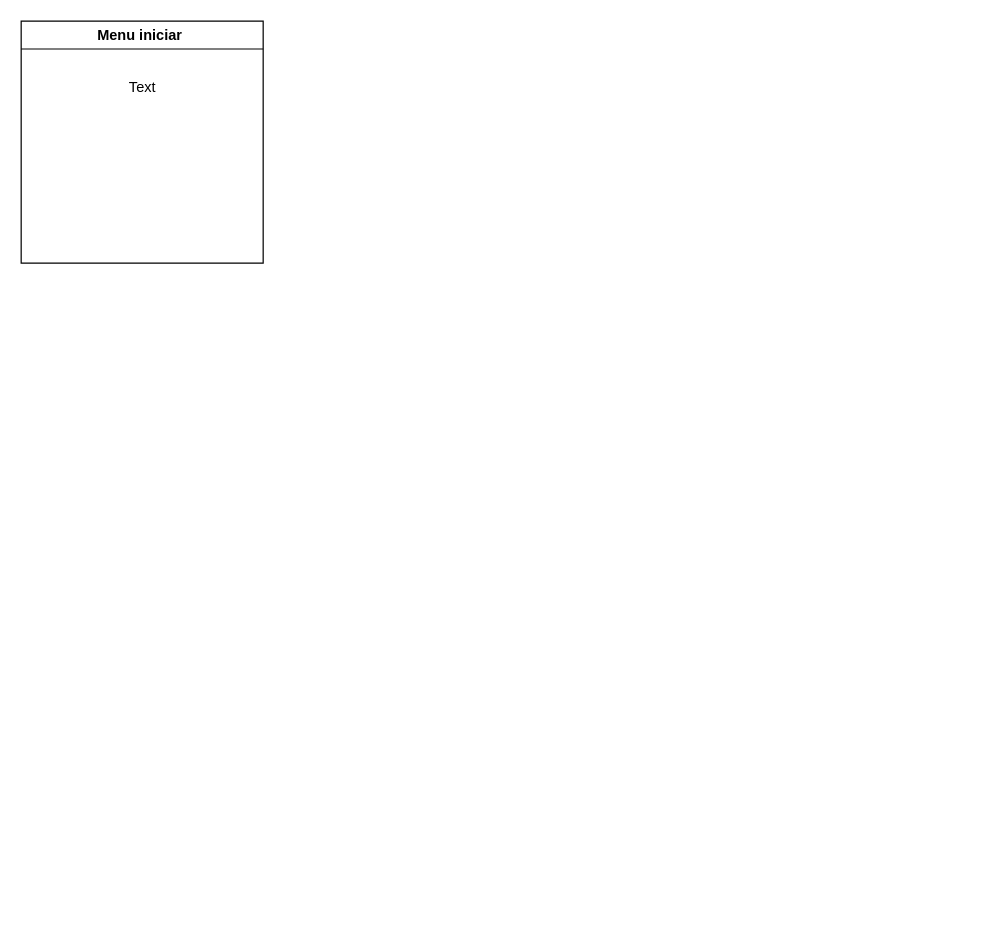
Before: Agenda com Janela.drawio in NikolasGabriel56/Agenda-com-interface, a draw.io diagram. Source tidied: cells renumbered, new cells numbered last; positions are measured from the earlier drawing's top-left corner, leaving out a move shared by most shapes. Both pictures are drawn from the tidied source at 121%, with x=0, y=0 at pixel (21, 21).
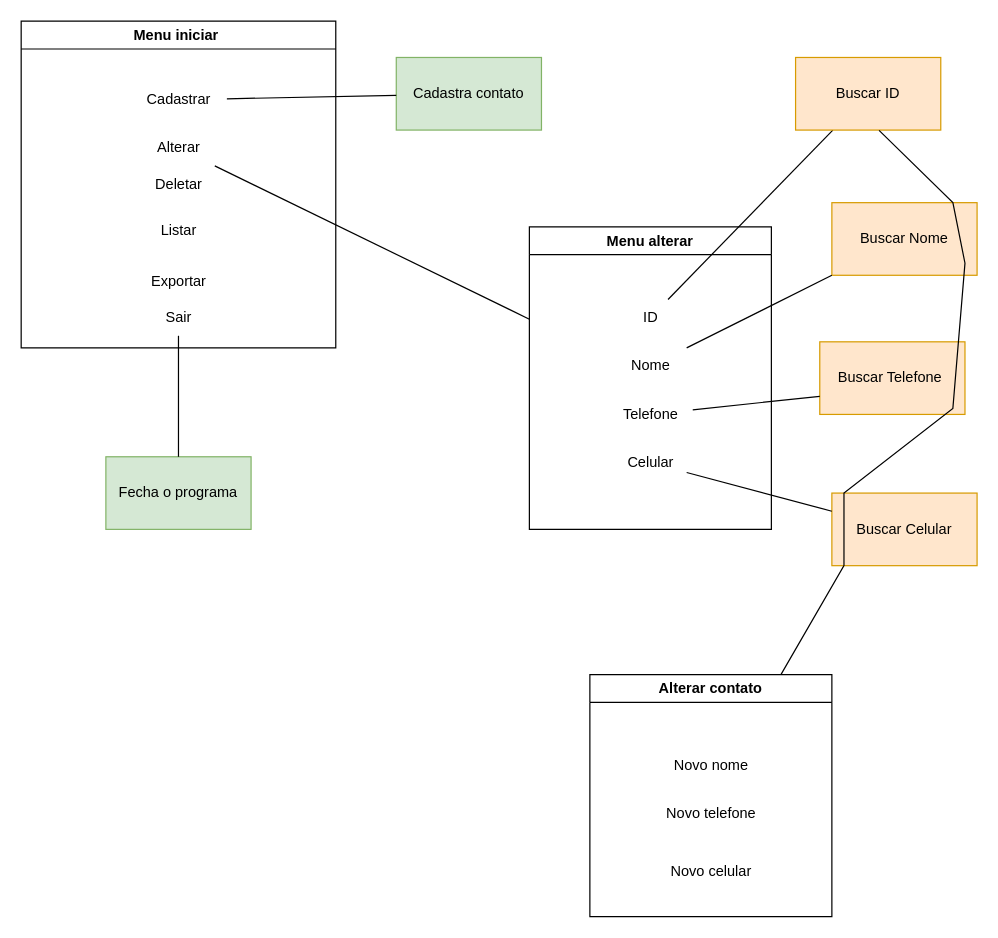
Above is the later version.

Diff of the diagram source:
```diff
@@
     <mxCell id="2" value="Menu iniciar&amp;nbsp;" style="swimlane;whiteSpace=wrap;html=1;" parent="1" vertex="1">
-      <mxGeometry width="200" height="200" as="geometry" />
+      <mxGeometry width="260" height="270" as="geometry" />
     </mxCell>
-    <mxCell id="3" value="Text" style="text;html=1;align=center;verticalAlign=middle;points=[];strokeColor=none;fillColor=none;" parent="2" vertex="1">
-      <mxGeometry x="75" y="40" width="50" height="30" as="geometry" />
+    <mxCell id="3" value="Cadastrar" style="text;html=1;align=center;verticalAlign=middle;points=[];strokeColor=none;fillColor=none;" parent="2" vertex="1">
+      <mxGeometry x="90" y="50" width="80" height="30" as="geometry" />
     </mxCell>
+    <mxCell id="4" value="Alterar" style="text;html=1;align=center;verticalAlign=middle;points=[];strokeColor=none;fillColor=none;" parent="2" vertex="1">
+      <mxGeometry x="100" y="90" width="60" height="30" as="geometry" />
+    </mxCell>
+    <mxCell id="5" value="Deletar" style="text;html=1;align=center;verticalAlign=middle;strokeColor=none;fillColor=none;" parent="2" vertex="1">
+      <mxGeometry x="100" y="120" width="60" height="30" as="geometry" />
+    </mxCell>
+    <mxCell id="6" value="Sair" style="text;html=1;align=center;verticalAlign=middle;points=[];strokeColor=none;fillColor=none;" parent="2" vertex="1">
+      <mxGeometry x="110" y="230" width="40" height="30" as="geometry" />
+    </mxCell>
+    <mxCell id="7" value="Exportar" style="text;html=1;align=center;verticalAlign=middle;strokeColor=none;fillColor=none;" parent="2" vertex="1">
+      <mxGeometry x="95" y="200" width="70" height="30" as="geometry" />
+    </mxCell>
+    <mxCell id="8" value="Listar" style="text;html=1;align=center;verticalAlign=middle;strokeColor=none;fillColor=none;" parent="2" vertex="1">
+      <mxGeometry x="105" y="158" width="50" height="30" as="geometry" />
+    </mxCell>
+    <mxCell id="9" value="Fecha o programa" style="rounded=0;whiteSpace=wrap;html=1;fillColor=#d5e8d4;strokeColor=#82b366;" parent="1" vertex="1">
+      <mxGeometry x="70" y="360" width="120" height="60" as="geometry" />
+    </mxCell>
+    <mxCell id="10" style="endArrow=none;html=1;rounded=0;exitX=0.5;exitY=0;exitDx=0;exitDy=0;" parent="1" edge="1" source="9" target="6">
+      <mxGeometry relative="1" as="geometry" />
+    </mxCell>
+    <mxCell id="11" value="Cadastra contato" style="rounded=0;whiteSpace=wrap;html=1;fillColor=#d5e8d4;strokeColor=#82b366;" parent="1" vertex="1">
+      <mxGeometry x="310" y="30" width="120" height="60" as="geometry" />
+    </mxCell>
+    <mxCell id="12" style="endArrow=none;html=1;rounded=0;" parent="1" edge="1" source="3" target="11">
+      <mxGeometry relative="1" as="geometry" />
+    </mxCell>
+    <mxCell id="13" value="Menu alterar" style="swimlane;whiteSpace=wrap;html=1;" parent="1" vertex="1">
+      <mxGeometry x="420" y="170" width="200" height="250" as="geometry" />
+    </mxCell>
+    <mxCell id="14" value="ID" style="text;html=1;align=center;verticalAlign=middle;points=[];strokeColor=none;fillColor=none;" parent="13" vertex="1">
+      <mxGeometry x="80" y="60" width="40" height="30" as="geometry" />
+    </mxCell>
+    <mxCell id="15" value="Nome" style="text;html=1;align=center;verticalAlign=middle;points=[];strokeColor=none;fillColor=none;" parent="13" vertex="1">
+      <mxGeometry x="70" y="100" width="60" height="30" as="geometry" />
+    </mxCell>
+    <mxCell id="16" value="Telefone" style="text;html=1;align=center;verticalAlign=middle;points=[];strokeColor=none;fillColor=none;" parent="13" vertex="1">
+      <mxGeometry x="65" y="140" width="70" height="30" as="geometry" />
+    </mxCell>
+    <mxCell id="17" value="Celular" style="text;html=1;align=center;verticalAlign=middle;points=[];strokeColor=none;fillColor=none;" parent="13" vertex="1">
+      <mxGeometry x="70" y="180" width="60" height="30" as="geometry" />
+    </mxCell>
+    <mxCell id="18" style="endArrow=none;html=1;rounded=0;" parent="1" edge="1" source="4" target="13">
+      <mxGeometry relative="1" as="geometry" />
+    </mxCell>
+    <mxCell id="19" style="endArrow=none;html=1;rounded=0;" parent="1" edge="1" source="14" target="20">
+      <mxGeometry relative="1" as="geometry" />
+    </mxCell>
+    <mxCell id="20" value="Buscar ID" style="rounded=0;whiteSpace=wrap;html=1;fillColor=#ffe6cc;strokeColor=#d79b00;" parent="1" vertex="1">
+      <mxGeometry x="640" y="30" width="120" height="60" as="geometry" />
+    </mxCell>
+    <mxCell id="21" value="Buscar Nome" style="rounded=0;whiteSpace=wrap;html=1;fillColor=#ffe6cc;strokeColor=#d79b00;" parent="1" vertex="1">
+      <mxGeometry x="670" y="150" width="120" height="60" as="geometry" />
+    </mxCell>
+    <mxCell id="22" value="Buscar Telefone&amp;nbsp;" style="rounded=0;whiteSpace=wrap;html=1;fillColor=#ffe6cc;strokeColor=#d79b00;" parent="1" vertex="1">
+      <mxGeometry x="660" y="265" width="120" height="60" as="geometry" />
+    </mxCell>
+    <mxCell id="23" value="Buscar Celular" style="rounded=0;whiteSpace=wrap;html=1;fillColor=#ffe6cc;strokeColor=#d79b00;" parent="1" vertex="1">
+      <mxGeometry x="670" y="390" width="120" height="60" as="geometry" />
+    </mxCell>
+    <mxCell id="24" style="endArrow=none;html=1;rounded=0;entryX=0;entryY=0.25;entryDx=0;entryDy=0;" parent="1" edge="1" source="17" target="23">
+      <mxGeometry relative="1" as="geometry" />
+    </mxCell>
+    <mxCell id="25" style="endArrow=none;html=1;rounded=0;entryX=0;entryY=0.75;entryDx=0;entryDy=0;" parent="1" edge="1" source="16" target="22">
+      <mxGeometry relative="1" as="geometry" />
+    </mxCell>
+    <mxCell id="26" style="endArrow=none;html=1;rounded=0;" parent="1" edge="1" source="15" target="21">
+      <mxGeometry relative="1" as="geometry" />
+    </mxCell>
+    <mxCell id="27" value="Alterar contato" style="swimlane;whiteSpace=wrap;html=1;" parent="1" vertex="1">
+      <mxGeometry x="470" y="540" width="200" height="200" as="geometry" />
+    </mxCell>
+    <mxCell id="28" value="Novo nome" style="text;html=1;align=center;verticalAlign=middle;strokeColor=none;fillColor=none;" parent="27" vertex="1">
+      <mxGeometry x="60" y="60" width="80" height="30" as="geometry" />
+    </mxCell>
+    <mxCell id="29" value="Novo telefone" style="text;html=1;align=center;verticalAlign=middle;strokeColor=none;fillColor=none;" parent="27" vertex="1">
+      <mxGeometry x="50" y="100" width="100" height="30" as="geometry" />
+    </mxCell>
+    <mxCell id="30" value="Novo celular&lt;div&gt;&lt;br&gt;&lt;/div&gt;" style="text;html=1;align=center;verticalAlign=middle;strokeColor=none;fillColor=none;" parent="27" vertex="1">
+      <mxGeometry x="55" y="150" width="90" height="40" as="geometry" />
+    </mxCell>
+    <mxCell id="31" style="endArrow=none;html=1;rounded=0;entryX=0.575;entryY=1.004;entryDx=0;entryDy=0;entryPerimeter=0;" parent="1" edge="1" source="27" target="20">
+      <mxGeometry relative="1" as="geometry">
+        <Array as="points">
+          <mxPoint x="680" y="450" />
+          <mxPoint x="680" y="390" />
+          <mxPoint x="770" y="320" />
+          <mxPoint x="780" y="200" />
+          <mxPoint x="770" y="150" />
+        </Array>
+      </mxGeometry>
+    </mxCell>
```
